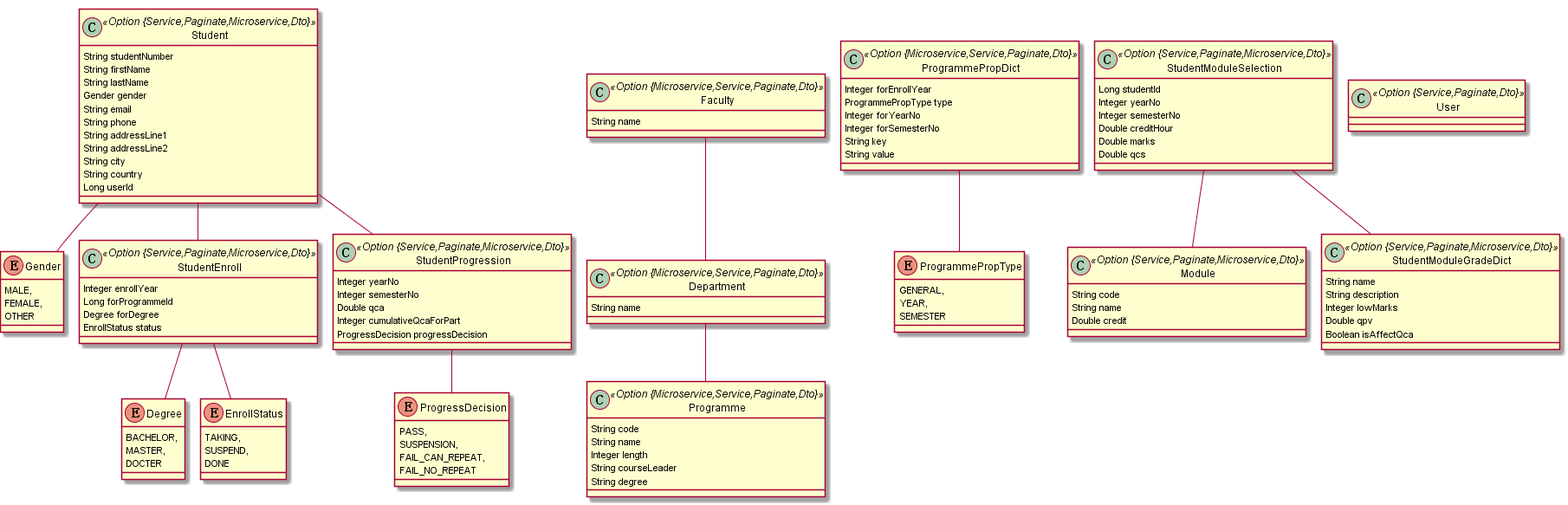
Above: project.png in skarlet-witcher/student-record-system (PlantUML), before the change.
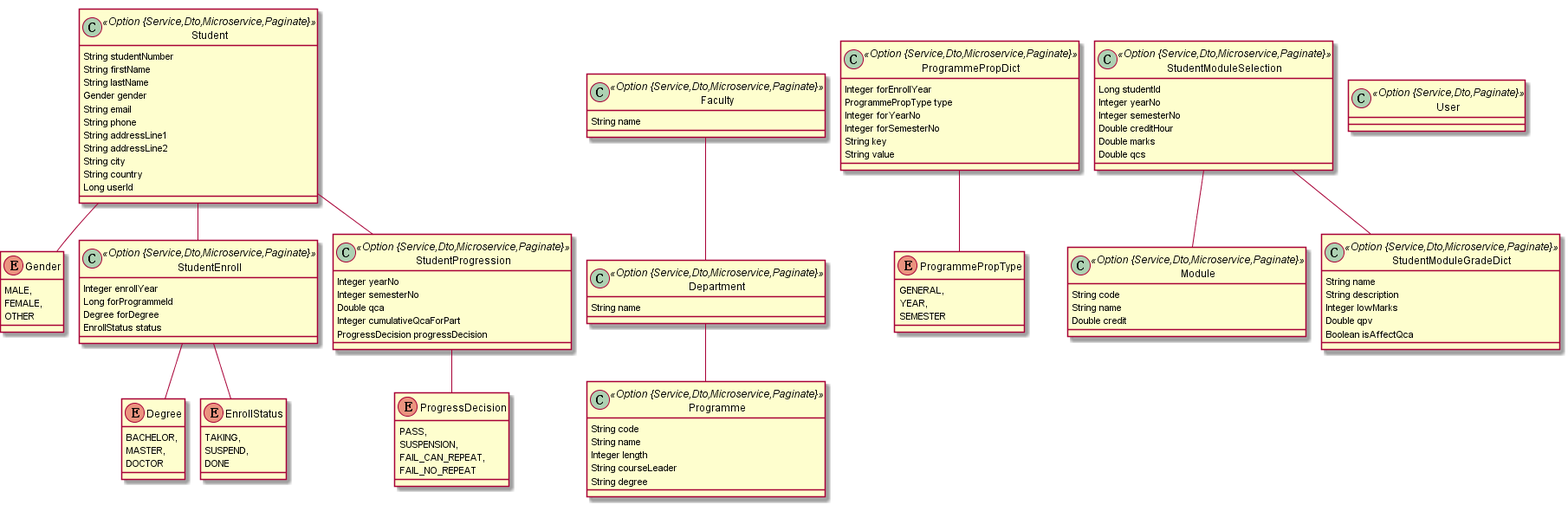
Above is the later version.

Change to the diagram source:
```diff
@@ -1,7 +1,7 @@
 @startuml
 	!pragma graphviz_dot jdot
 	!pragma syntax class
-	class Student <<Option {Service,Paginate,Microservice,Dto}>> {
+	class Student <<Option {Service,Dto,Microservice,Paginate}>> {
 		String studentNumber
 		String firstName
 		String lastName
@@ -15,7 +15,7 @@
 		Long userId
 	}
 	Student ..> Gender
-	class StudentEnroll <<Option {Service,Paginate,Microservice,Dto}>> {
+	class StudentEnroll <<Option {Service,Dto,Microservice,Paginate}>> {
 		Integer enrollYear
 		Long forProgrammeId
 		Degree forDegree
@@ -26,7 +26,7 @@
 	enum Degree {
 		BACHELOR,
 		MASTER,
-		DOCTER
+		DOCTOR
 	}
 	enum EnrollStatus {
 		TAKING,
@@ -39,7 +39,7 @@
 		FEMALE,
 		OTHER
 	}
-	class StudentProgression <<Option {Service,Paginate,Microservice,Dto}>> {
+	class StudentProgression <<Option {Service,Dto,Microservice,Paginate}>> {
 		Integer yearNo
 		Integer semesterNo
 		Double qca
@@ -54,20 +54,20 @@
 		FAIL_NO_REPEAT
 	}
 	Student  "0..1 " --o "Student(studentNumber) 0..* "  StudentProgression
-	class Faculty <<Option {Microservice,Service,Paginate,Dto}>> {
+	class Faculty <<Option {Service,Dto,Microservice,Paginate}>> {
 		String name
 	}
-	class Department <<Option {Microservice,Service,Paginate,Dto}>> {
+	class Department <<Option {Service,Dto,Microservice,Paginate}>> {
 		String name
 	}
-	class Programme <<Option {Microservice,Service,Paginate,Dto}>> {
+	class Programme <<Option {Service,Dto,Microservice,Paginate}>> {
 		String code
 		String name
 		Integer length
 		String courseLeader
 		String degree
 	}
-	class ProgrammePropDict <<Option {Microservice,Service,Paginate,Dto}>> {
+	class ProgrammePropDict <<Option {Service,Dto,Microservice,Paginate}>> {
 		Integer forEnrollYear
 		ProgrammePropType type
 		Integer forYearNo
@@ -83,12 +83,12 @@
 	}
 	Faculty  "0..1 " --o "Faculty(name)  1..* "  Department
 	Department  "0..1 " --o "Department(name)  1..* "  Programme
-	class Module <<Option {Service,Paginate,Microservice,Dto}>> {
+	class Module <<Option {Service,Dto,Microservice,Paginate}>> {
 		String code
 		String name
 		Double credit
 	}
-	class StudentModuleSelection <<Option {Service,Paginate,Microservice,Dto}>> {
+	class StudentModuleSelection <<Option {Service,Dto,Microservice,Paginate}>> {
 		Long studentId
 		Integer yearNo
 		Integer semesterNo
@@ -97,7 +97,7 @@
 		Double qcs
 	}
 	StudentModuleSelection  "Module(name) 0..* " o-- "0..1 "  Module
-	class StudentModuleGradeDict <<Option {Service,Paginate,Microservice,Dto}>> {
+	class StudentModuleGradeDict <<Option {Service,Dto,Microservice,Paginate}>> {
 		String name
 		String description
 		Integer lowMarks
@@ -105,6 +105,6 @@
 		Boolean isAffectQca
 	}
 	StudentModuleSelection  "StudentModuleGradeType(name) 0..* " o-- "0..1 "  StudentModuleGradeDict
-	class User <<Option {Service,Paginate,Dto}>> {
+	class User <<Option {Service,Dto,Paginate}>> {
 	}
 @enduml
```
